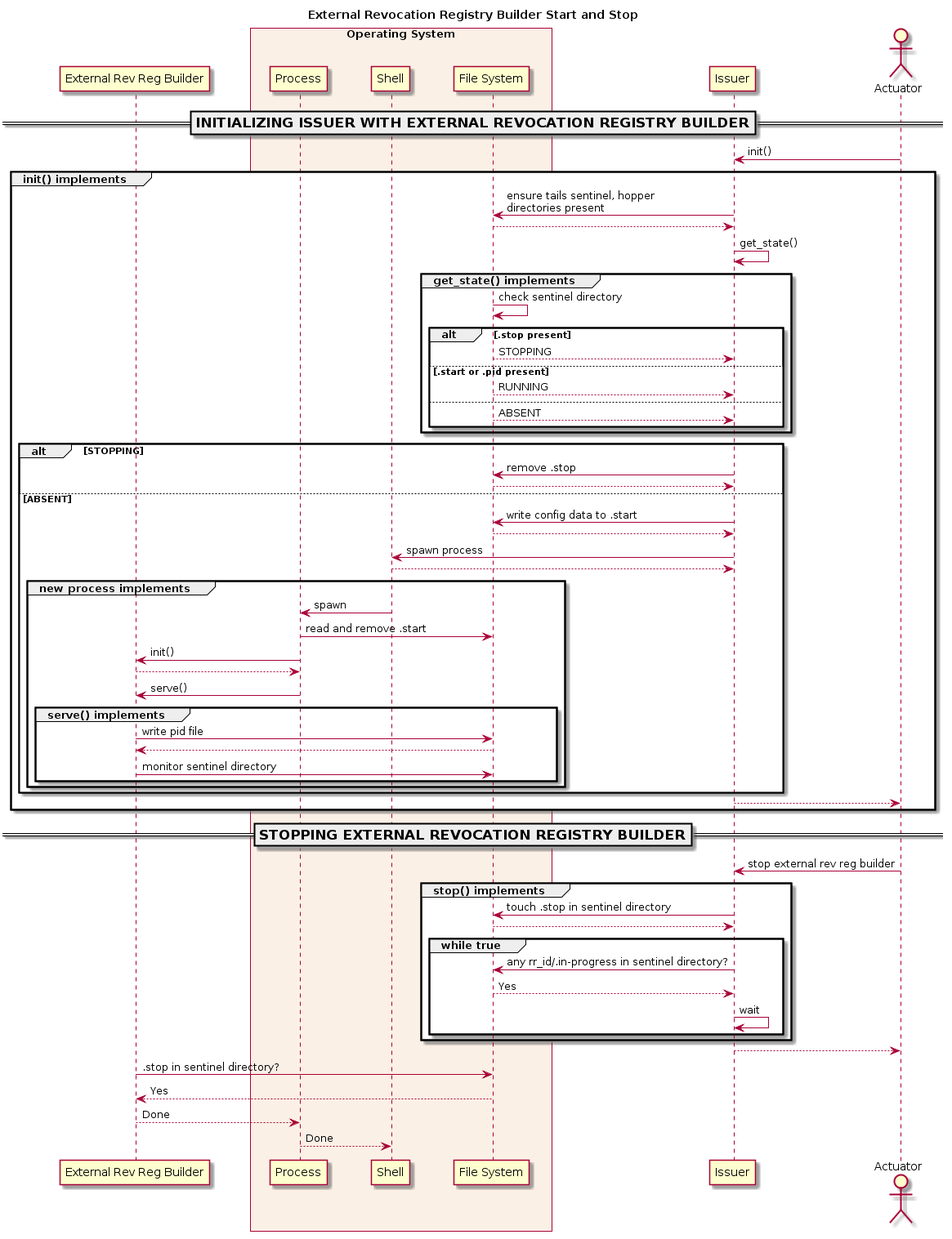
The PlantUML diagram docs/source/pic/rrbx-proc.png in PSPC-SPAC-buyandsell/von_anchor, before a commit. Source of this version:
```plantuml
@startuml

skinparam ParticipantPadding 20
skinparam BoxPadding 20

title External Revocation Registry Builder Start and Stop

participant "External Rev Reg Builder" as rrbx
box "Operating System" #Linen
    participant "Process" as proc
    participant "Shell" as bash
    participant "File System" as fs
endbox
participant "Issuer" as issuer

actor "Actuator" as ator

=== INITIALIZING ISSUER WITH EXTERNAL REVOCATION REGISTRY BUILDER ==

ator -> issuer: init()
group init() implements
    issuer -> fs: ensure tails sentinel, hopper\ndirectories present
    fs --> issuer:
    issuer -> issuer: get_state()
    group get_state() implements
        fs -> fs: check sentinel directory
        alt .stop present
            fs --> issuer: STOPPING
        else .start or .pid present
            fs --> issuer: RUNNING
        else
            fs --> issuer: ABSENT
        end
    end
    alt STOPPING
        issuer -> fs: remove .stop
        fs --> issuer:
    else ABSENT
        issuer -> fs: write config data to .start
        fs --> issuer:
        issuer -> bash: spawn process
        bash --> issuer:
        group new process implements
            bash -> proc: spawn
            proc -> fs: read and remove .start
            proc -> rrbx: init()
            rrbx --> proc:
            proc -> rrbx: serve()
            group serve() implements
                rrbx -> fs: write pid file
                fs --> rrbx:
                rrbx -> fs: monitor sentinel directory
            end
        end
    end

    issuer --> ator:
end

=== STOPPING EXTERNAL REVOCATION REGISTRY BUILDER ==
ator -> issuer: stop external rev reg builder
group stop() implements
    issuer -> fs: touch .stop in sentinel directory
    fs --> issuer:
    group while true
        issuer -> fs: any rr_id/.in-progress in sentinel directory?
        fs --> issuer: Yes
        issuer -> issuer: wait
    end
end
issuer --> ator:
rrbx -> fs: .stop in sentinel directory?
fs --> rrbx: Yes
rrbx --> proc: Done
proc --> bash: Done
@enduml
```
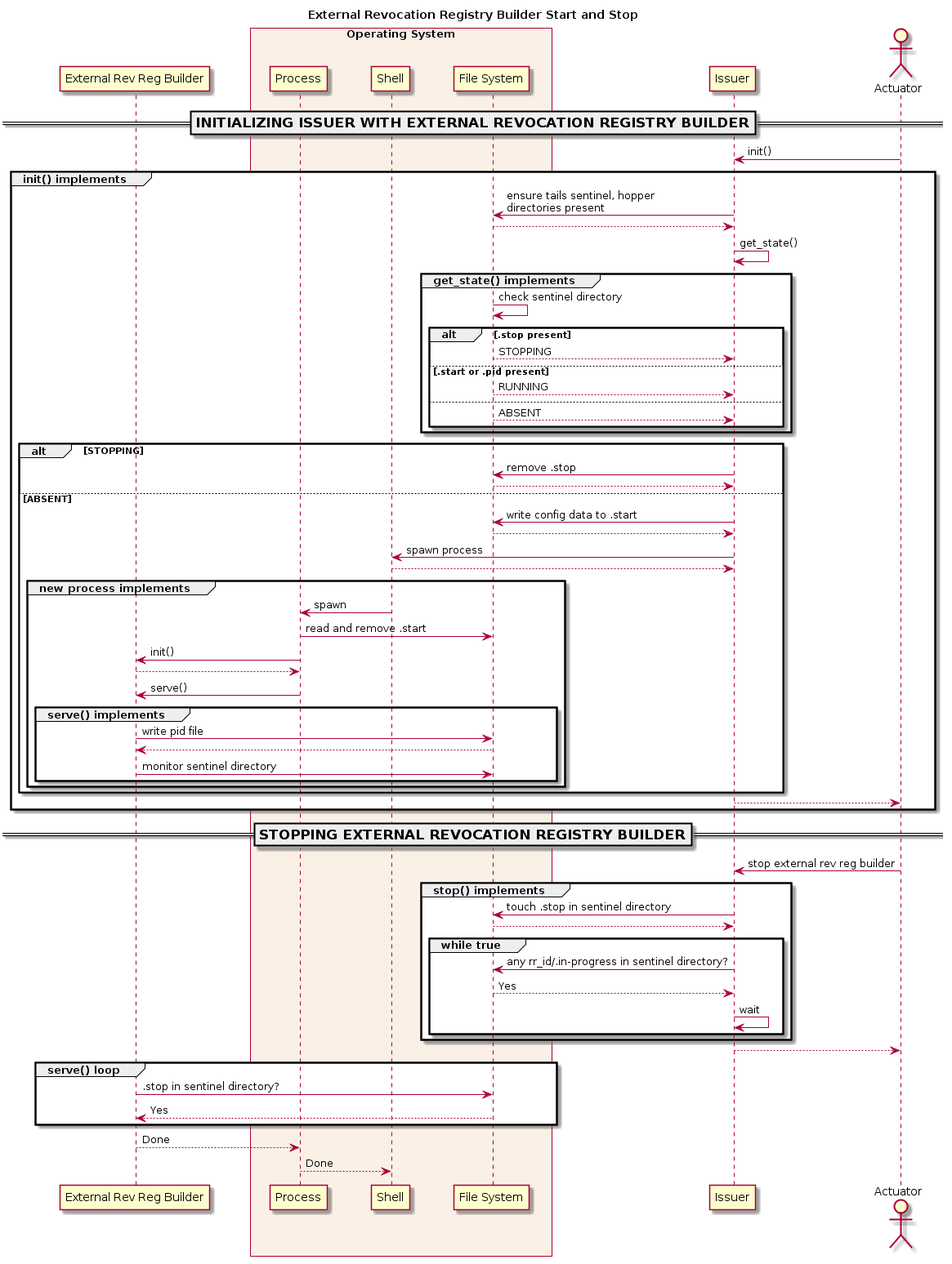
The same diagram one commit later.

Commit message:
tweak rrbx pix, put version in docs

The edit, as a diff of the source:
```diff
@@ -69,8 +69,10 @@
     end
 end
 issuer --> ator:
-rrbx -> fs: .stop in sentinel directory?
-fs --> rrbx: Yes
+group serve() loop
+    rrbx -> fs: .stop in sentinel directory?
+    fs --> rrbx: Yes
+end group
 rrbx --> proc: Done
 proc --> bash: Done
 @enduml
```
